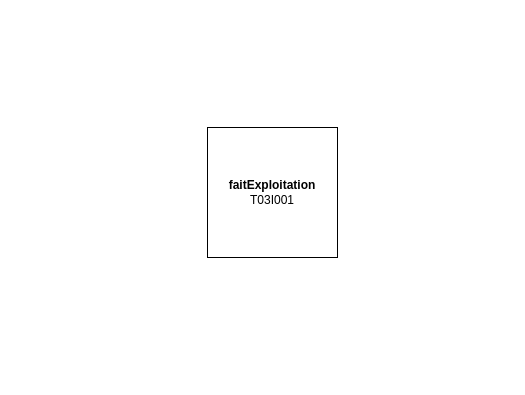
Before: magasinT03.drawio in matthCarlini/model, a draw.io diagram. Source tidied: cells renumbered, new cells numbered last; positions are measured from the earlier drawing's top-left corner, leaving out a move shared by most shapes. Both pictures are drawn from the tidied source at 100%, with x=0, y=0 at pixel (207, 127).
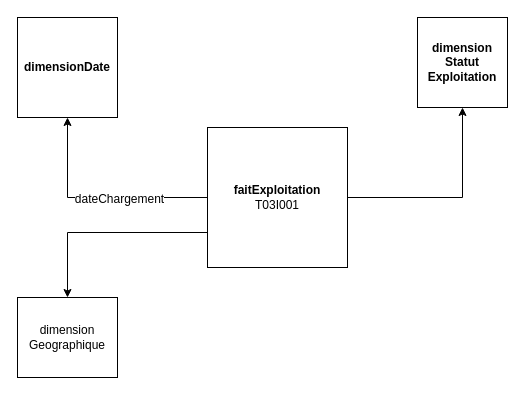
Above is the later version.

The edit, as a diff of the source:
```diff
@@
 <mxGraphModel>
   <root>
     <mxCell id="0" />
     <mxCell id="1" parent="0" />
+    <mxCell id="3" style="edgeStyle=orthogonalEdgeStyle;rounded=0;jettySize=auto;html=1;exitX=0;exitY=0.5;exitDx=0;exitDy=0;entryX=0.5;entryY=1;entryDx=0;entryDy=0;" parent="1" edge="1" source="2" target="7">
+      <mxGeometry relative="1" as="geometry" />
+    </mxCell>
+    <mxCell id="4" value="dateChargement" style="text;html=1;align=center;verticalAlign=middle;labelBackgroundColor=#ffffff;" parent="3" vertex="1">
+      <mxGeometry x="-0.19" y="1" relative="1" as="geometry" />
+    </mxCell>
+    <mxCell id="5" style="edgeStyle=orthogonalEdgeStyle;rounded=0;jettySize=auto;html=1;exitX=1;exitY=0.5;exitDx=0;exitDy=0;entryX=0.5;entryY=1;entryDx=0;entryDy=0;" parent="1" edge="1" source="2" target="8">
+      <mxGeometry relative="1" as="geometry" />
+    </mxCell>
+    <mxCell id="6" style="edgeStyle=orthogonalEdgeStyle;rounded=0;jettySize=auto;html=1;exitX=0;exitY=0.75;exitDx=0;exitDy=0;entryX=0.5;entryY=0;entryDx=0;entryDy=0;" parent="1" edge="1" source="2" target="9">
+      <mxGeometry relative="1" as="geometry" />
+    </mxCell>
     <mxCell id="2" value="&lt;div&gt;&lt;b&gt;faitExploitation&lt;/b&gt;&lt;/div&gt;&lt;div&gt;T03I001&lt;br&gt;&lt;/div&gt;" style="whiteSpace=wrap;html=1;" parent="1" vertex="1">
-      <mxGeometry width="130" height="130" as="geometry" />
+      <mxGeometry width="140" height="140" as="geometry" />
     </mxCell>
+    <mxCell id="7" value="&lt;b&gt;dimensionDate&lt;/b&gt;" style="whiteSpace=wrap;html=1;" parent="1" vertex="1">
+      <mxGeometry x="-190" y="-110" width="100" height="100" as="geometry" />
+    </mxCell>
+    <mxCell id="8" value="&lt;div&gt;&lt;b&gt;dimension&lt;/b&gt;&lt;/div&gt;&lt;div&gt;&lt;b&gt;Statut&lt;/b&gt;&lt;/div&gt;&lt;div&gt;&lt;b&gt;Exploitation&lt;/b&gt;&lt;/div&gt;" style="whiteSpace=wrap;html=1;" parent="1" vertex="1">
+      <mxGeometry x="210" y="-110" width="90" height="90" as="geometry" />
+    </mxCell>
+    <mxCell id="9" value="&lt;div&gt;dimension&lt;/div&gt;&lt;div&gt;Geographique&lt;/div&gt;" style="rounded=0;whiteSpace=wrap;html=1;" parent="1" vertex="1">
+      <mxGeometry x="-190" y="170" width="100" height="80" as="geometry" />
+    </mxCell>
   </root>
 </mxGraphModel>
```
